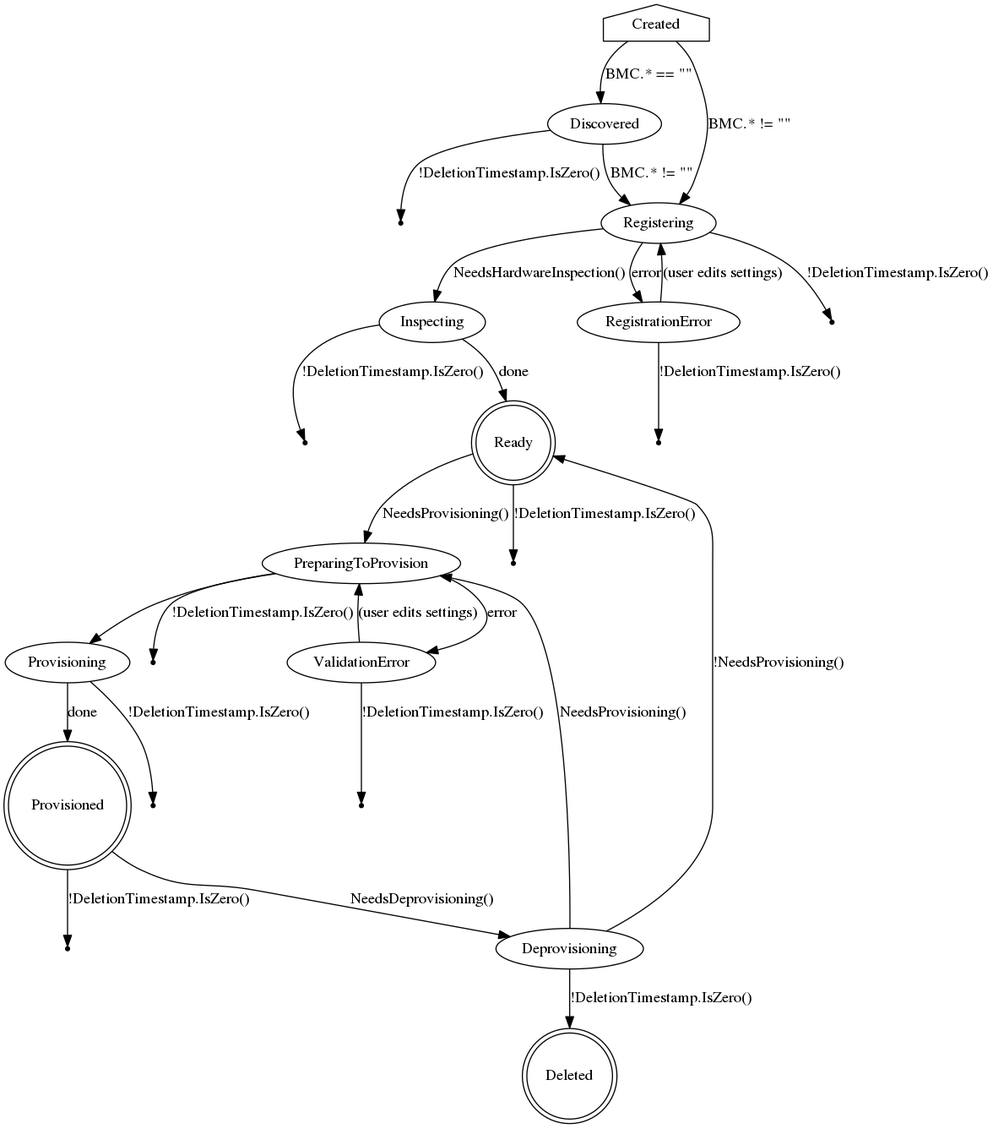
Above: docs/BaremetalHost_ProvisioningState.png in metal3-io/baremetal-operator (Graphviz), before the change. Its source is kept beside it as docs/BaremetalHost_ProvisioningState.dot.
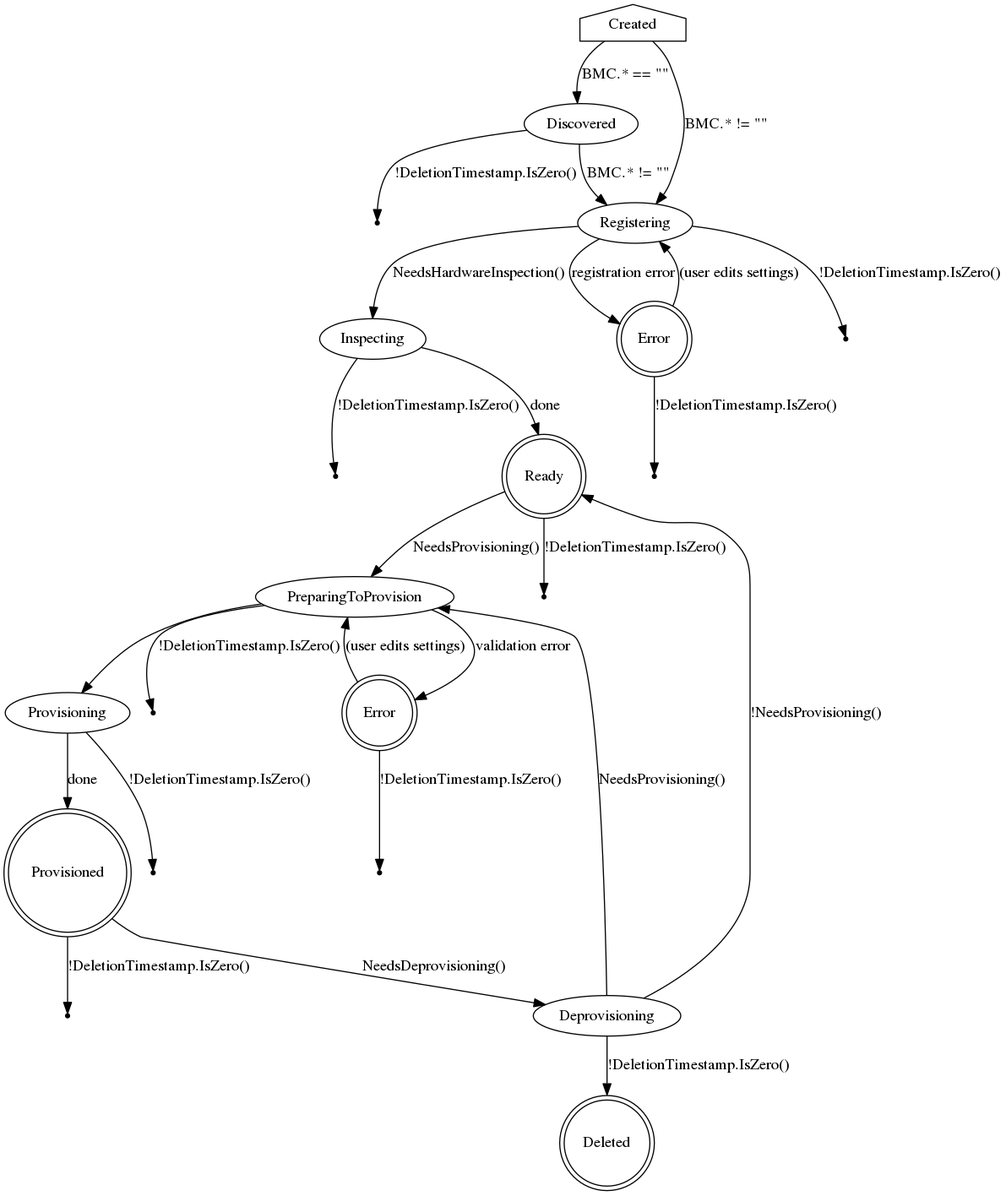
Later version of the same file.

Commit message:
emphasize that the error states are "the same"

We only have 1 error status type, so use the same labels for both of
the error nodes. Label the edges with how the error occurs, and show
the states as double circles to indicate that the operator keeps the
host in that state until some event triggers a change.

What changed in the source:
```diff
@@ -9,7 +9,7 @@
     Deleted1 [shape=point]
 
     Registering -> Inspecting [label="NeedsHardwareInspection()"]
-    Registering -> RegistrationError [label=error]
+    Registering -> RegistrationError [shape=doublecircle label="registration error"]
     Registering -> Deleted2 [label="!DeletionTimestamp.IsZero()"]
 
     Deleted2 [shape=point]
@@ -19,6 +19,7 @@
 
     Deleted3 [shape=point]
 
+    RegistrationError [shape=doublecircle label="Error"]
     RegistrationError -> Registering [label="(user edits settings)"]
     RegistrationError -> Deleted4 [label="!DeletionTimestamp.IsZero()"]
 
@@ -30,12 +31,13 @@
 
     Deleted5 [shape=point]
 
-    PreparingToProvision -> ValidationError [label=error]
+    PreparingToProvision -> ValidationError [label="validation error"]
     PreparingToProvision -> Provisioning
     PreparingToProvision -> Deleted6 [label="!DeletionTimestamp.IsZero()"]
 
     Deleted6 [shape=point]
 
+    ValidationError [shape=doublecircle label="Error"]
     ValidationError -> PreparingToProvision [label="(user edits settings)"]
     ValidationError -> Deleted7 [label="!DeletionTimestamp.IsZero()"]
 
```
